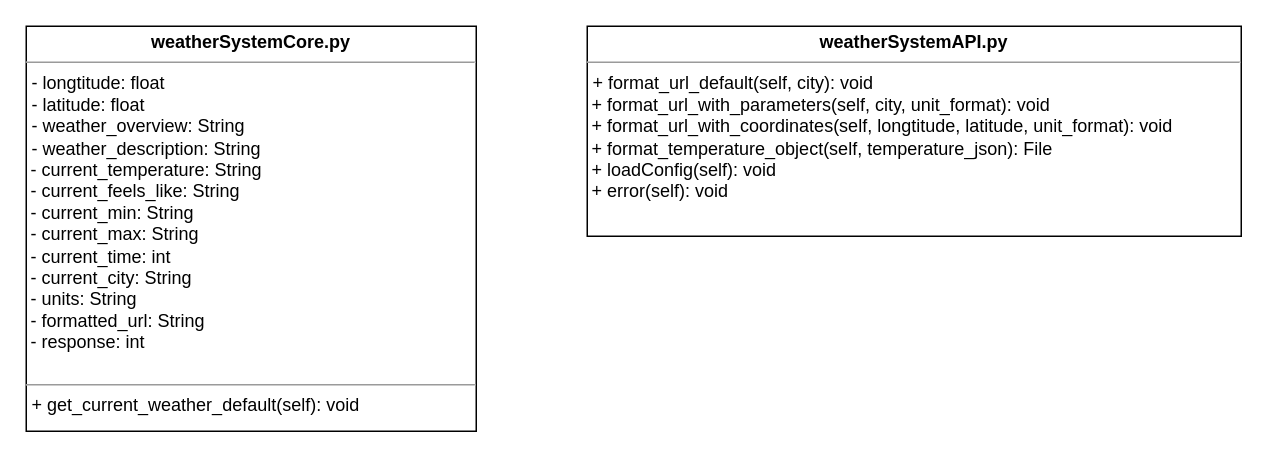
Above: Assignment3/A3Diagrams.drawio in airi-14x/SOEN487-Projects (draw.io), before the change. Source tidied: cells renumbered, new cells numbered last; positions are measured from the earlier drawing's top-left corner, leaving out a move shared by most shapes. Both pictures are drawn from the tidied source at 150%, with x=0, y=0 at pixel (26, 26).
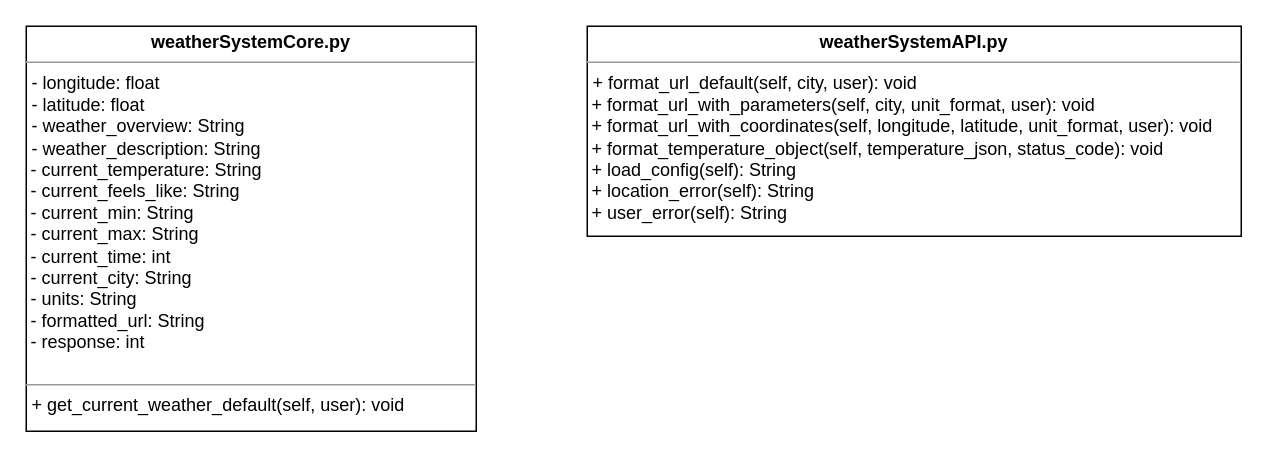
The same diagram, later.

The edit, as a diff of the source:
```diff
@@
 <mxGraphModel>
   <root>
     <mxCell id="0" />
     <mxCell id="1" parent="0" />
-    <mxCell id="2" value="&lt;p style=&quot;margin: 0px ; margin-top: 4px ; text-align: center&quot;&gt;&lt;b&gt;weatherSystemCore.py&lt;/b&gt;&lt;/p&gt;&lt;hr size=&quot;1&quot;&gt;&lt;p style=&quot;margin: 0px ; margin-left: 4px&quot;&gt;- longtitude: float&lt;/p&gt;&lt;p style=&quot;margin: 0px ; margin-left: 4px&quot;&gt;- latitude: float&lt;/p&gt;&lt;p style=&quot;margin: 0px ; margin-left: 4px&quot;&gt;- weather_overview: String&lt;/p&gt;&lt;p style=&quot;margin: 0px ; margin-left: 4px&quot;&gt;&lt;span&gt;- weather_description: String&lt;/span&gt;&lt;/p&gt;&amp;nbsp;-&amp;nbsp;&lt;span&gt;current_temperature: String&lt;/span&gt;&lt;br&gt;&amp;nbsp;-&amp;nbsp;&lt;span&gt;current_feels_like: String&lt;/span&gt;&lt;br&gt;&amp;nbsp;-&amp;nbsp;&lt;span&gt;current_min: String&lt;/span&gt;&lt;br&gt;&amp;nbsp;-&amp;nbsp;&lt;span&gt;current_max: String&lt;/span&gt;&lt;br&gt;&amp;nbsp;-&amp;nbsp;&lt;span&gt;current_time: int&lt;/span&gt;&lt;br&gt;&amp;nbsp;-&amp;nbsp;&lt;span&gt;current_city: String&lt;/span&gt;&lt;br&gt;&amp;nbsp;-&amp;nbsp;&lt;span&gt;units: String&lt;/span&gt;&lt;br&gt;&amp;nbsp;-&amp;nbsp;&lt;span&gt;formatted_url: String&lt;/span&gt;&lt;br&gt;&amp;nbsp;-&amp;nbsp;&lt;span&gt;response: int&lt;/span&gt;&lt;br&gt;&lt;p style=&quot;margin: 0px ; margin-left: 4px&quot;&gt;&lt;br&gt;&lt;/p&gt;&lt;hr size=&quot;1&quot;&gt;&lt;p style=&quot;margin: 0px ; margin-left: 4px&quot;&gt;+ get_current_weather_default(self): void&lt;/p&gt;" style="verticalAlign=top;align=left;overflow=fill;fontSize=12;fontFamily=Helvetica;html=1;" parent="1" vertex="1">
+    <mxCell id="2" value="&lt;p style=&quot;margin: 0px ; margin-top: 4px ; text-align: center&quot;&gt;&lt;b&gt;weatherSystemCore.py&lt;/b&gt;&lt;/p&gt;&lt;hr size=&quot;1&quot;&gt;&lt;p style=&quot;margin: 0px ; margin-left: 4px&quot;&gt;- longitude: float&lt;/p&gt;&lt;p style=&quot;margin: 0px ; margin-left: 4px&quot;&gt;- latitude: float&lt;/p&gt;&lt;p style=&quot;margin: 0px ; margin-left: 4px&quot;&gt;- weather_overview: String&lt;/p&gt;&lt;p style=&quot;margin: 0px ; margin-left: 4px&quot;&gt;&lt;span&gt;- weather_description: String&lt;/span&gt;&lt;/p&gt;&amp;nbsp;-&amp;nbsp;&lt;span&gt;current_temperature: String&lt;/span&gt;&lt;br&gt;&amp;nbsp;-&amp;nbsp;&lt;span&gt;current_feels_like: String&lt;/span&gt;&lt;br&gt;&amp;nbsp;-&amp;nbsp;&lt;span&gt;current_min: String&lt;/span&gt;&lt;br&gt;&amp;nbsp;-&amp;nbsp;&lt;span&gt;current_max: String&lt;/span&gt;&lt;br&gt;&amp;nbsp;-&amp;nbsp;&lt;span&gt;current_time: int&lt;/span&gt;&lt;br&gt;&amp;nbsp;-&amp;nbsp;&lt;span&gt;current_city: String&lt;/span&gt;&lt;br&gt;&amp;nbsp;-&amp;nbsp;&lt;span&gt;units: String&lt;/span&gt;&lt;br&gt;&amp;nbsp;-&amp;nbsp;&lt;span&gt;formatted_url: String&lt;/span&gt;&lt;br&gt;&amp;nbsp;-&amp;nbsp;&lt;span&gt;response: int&lt;/span&gt;&lt;br&gt;&lt;p style=&quot;margin: 0px ; margin-left: 4px&quot;&gt;&lt;br&gt;&lt;/p&gt;&lt;hr size=&quot;1&quot;&gt;&lt;p style=&quot;margin: 0px ; margin-left: 4px&quot;&gt;+ get_current_weather_default(self, user): void&lt;/p&gt;" style="verticalAlign=top;align=left;overflow=fill;fontSize=12;fontFamily=Helvetica;html=1;" parent="1" vertex="1">
       <mxGeometry width="300" height="270" as="geometry" />
     </mxCell>
-    <mxCell id="3" value="&lt;p style=&quot;margin: 0px ; margin-top: 4px ; text-align: center&quot;&gt;&lt;b&gt;weatherSystemAPI.py&lt;/b&gt;&lt;/p&gt;&lt;hr size=&quot;1&quot;&gt;&lt;p style=&quot;margin: 0px ; margin-left: 4px&quot;&gt;&lt;/p&gt;&lt;p style=&quot;margin: 0px ; margin-left: 4px&quot;&gt;&lt;span&gt;+ format_url_default(self, city): void&lt;/span&gt;&lt;span&gt;&amp;nbsp;&lt;/span&gt;&lt;/p&gt;&amp;nbsp;+ format_url_with_parameters(self, city, unit_format): void&lt;br&gt;&amp;nbsp;+&amp;nbsp;format_url_with_coordinates(self, longtitude, latitude, unit_format): void&lt;br&gt;&amp;nbsp;+ format_temperature_object(self, temperature_json): File&lt;br&gt;&amp;nbsp;+&amp;nbsp;loadConfig(self): void&lt;br&gt;&amp;nbsp;+ error(self): void" style="verticalAlign=top;align=left;overflow=fill;fontSize=12;fontFamily=Helvetica;html=1;" parent="1" vertex="1">
+    <mxCell id="3" value="&lt;p style=&quot;margin: 0px ; margin-top: 4px ; text-align: center&quot;&gt;&lt;b&gt;weatherSystemAPI.py&lt;/b&gt;&lt;/p&gt;&lt;hr size=&quot;1&quot;&gt;&lt;p style=&quot;margin: 0px ; margin-left: 4px&quot;&gt;&lt;/p&gt;&lt;p style=&quot;margin: 0px ; margin-left: 4px&quot;&gt;&lt;span&gt;+ format_url_default(self, city, user): void&lt;/span&gt;&lt;span&gt;&amp;nbsp;&lt;/span&gt;&lt;/p&gt;&amp;nbsp;+ format_url_with_parameters(self, city, unit_format, user): void&lt;br&gt;&amp;nbsp;+&amp;nbsp;format_url_with_coordinates(self, longitude, latitude, unit_format, user): void&lt;br&gt;&amp;nbsp;+ format_temperature_object(self, temperature_json, status_code): void&lt;br&gt;&amp;nbsp;+&amp;nbsp;load_config(self): String&lt;br&gt;&amp;nbsp;+ location_error(self): String&lt;br&gt;&amp;nbsp;+&amp;nbsp;user_error(self): String&amp;nbsp;" style="verticalAlign=top;align=left;overflow=fill;fontSize=12;fontFamily=Helvetica;html=1;" parent="1" vertex="1">
       <mxGeometry x="374" width="436" height="140" as="geometry" />
     </mxCell>
   </root>
 </mxGraphModel>
```
